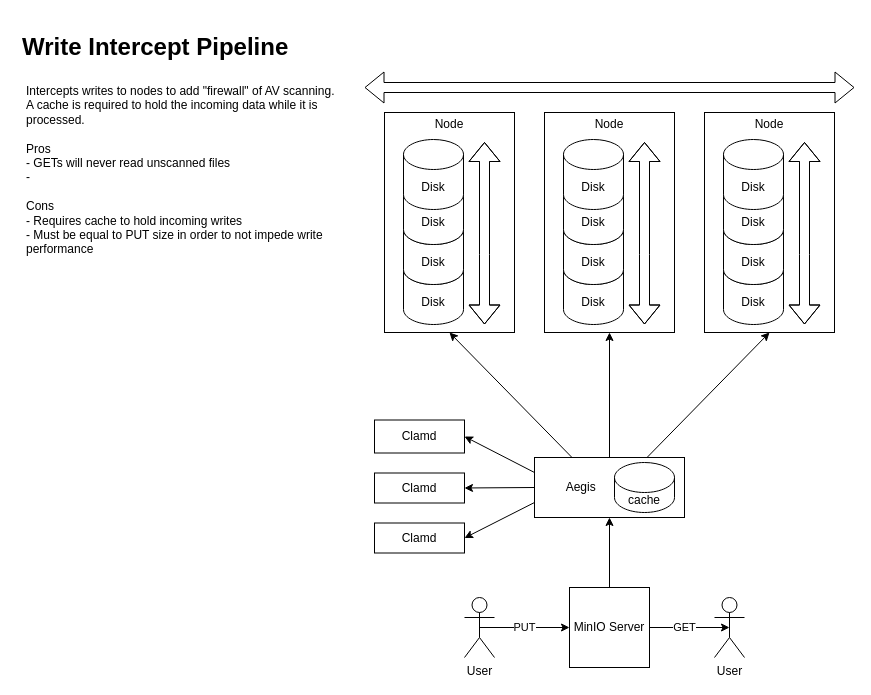
Before: page "3. Write Intercept" (3 of 7) of diagrams/architecture.drawio in battagel/report-aegis, a draw.io diagram. Source tidied: cells renumbered, new cells numbered last; positions are measured from the earlier drawing's top-left corner, leaving out a move shared by most shapes. Both pictures are drawn from the tidied source at 100%, with x=0, y=0 at pixel (17, 27).
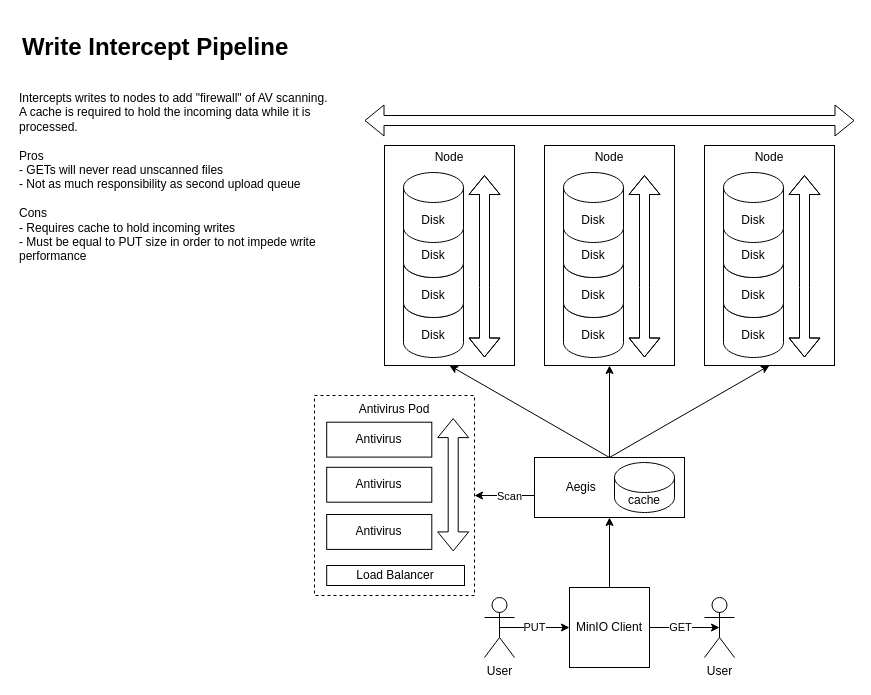
The same diagram, later.

Unchanged cells that the change refers to:
```xml
<mxCell id="3" style="rounded=0;whiteSpace=wrap;html=1;" parent="2" vertex="1">
  <mxGeometry y="3" width="130" height="220" as="geometry" />
</mxCell>
<mxCell id="19" style="rounded=0;whiteSpace=wrap;html=1;" parent="18" vertex="1">
  <mxGeometry y="3" width="130" height="220" as="geometry" />
</mxCell>
<mxCell id="37" value="Aegis&amp;nbsp; &amp;nbsp; &amp;nbsp; &amp;nbsp; &amp;nbsp; &amp;nbsp; &amp;nbsp; &amp;nbsp; &amp;nbsp;" style="rounded=0;whiteSpace=wrap;html=1;" parent="1" vertex="1">
  <mxGeometry x="517" y="430" width="150" height="60" as="geometry" />
</mxCell>
```

The edit, as a diff of the source:
```diff
@@
     <mxCell id="2" style="group;" parent="1" vertex="1">
-      <mxGeometry x="367" y="82" width="130" height="223" as="geometry" />
+      <mxGeometry x="367" y="115" width="130" height="223" as="geometry" />
     </mxCell>
@@
     <mxCell id="10" style="group;" parent="1" vertex="1">
-      <mxGeometry x="527" y="82" width="130" height="223" as="geometry" />
+      <mxGeometry x="527" y="115" width="130" height="223" as="geometry" />
     </mxCell>
@@
     <mxCell id="18" style="group;" parent="1" vertex="1">
-      <mxGeometry x="687" y="82" width="130" height="223" as="geometry" />
+      <mxGeometry x="687" y="115" width="130" height="223" as="geometry" />
     </mxCell>
@@
     <mxCell id="26" style="shape=flexArrow;endArrow=classic;startArrow=classic;html=1;" parent="1" edge="1">
       <mxGeometry relative="1" as="geometry">
-        <mxPoint x="347" y="60" as="sourcePoint" />
-        <mxPoint x="837" y="60" as="targetPoint" />
+        <mxPoint x="347" y="93" as="sourcePoint" />
+        <mxPoint x="837" y="93" as="targetPoint" />
       </mxGeometry>
     </mxCell>
@@
-    <mxCell id="30" value="MinIO Server" style="rounded=0;whiteSpace=wrap;html=1;" parent="1" vertex="1">
+    <mxCell id="30" value="MinIO Client" style="rounded=0;whiteSpace=wrap;html=1;" parent="1" vertex="1">
       <mxGeometry x="552" y="560" width="80" height="80" as="geometry" />
     </mxCell>
-    <mxCell id="31" style="edgeStyle=none;html=1;exitX=0.25;exitY=0;exitDx=0;exitDy=0;entryX=0.5;entryY=1;entryDx=0;entryDy=0;" parent="1" edge="1" source="37" target="3">
+    <mxCell id="31" style="edgeStyle=none;html=1;exitX=0.5;exitY=0;exitDx=0;exitDy=0;entryX=0.5;entryY=1;entryDx=0;entryDy=0;" parent="1" edge="1" source="37" target="3">
       <mxGeometry relative="1" as="geometry" />
     </mxCell>
@@
-    <mxCell id="33" style="edgeStyle=none;html=1;exitX=0.75;exitY=0;exitDx=0;exitDy=0;entryX=0.5;entryY=1;entryDx=0;entryDy=0;" parent="1" edge="1" source="37" target="19">
+    <mxCell id="33" style="edgeStyle=none;html=1;exitX=0.5;exitY=0;exitDx=0;exitDy=0;entryX=0.5;entryY=1;entryDx=0;entryDy=0;" parent="1" edge="1" source="37" target="19">
       <mxGeometry relative="1" as="geometry" />
     </mxCell>
-    <mxCell id="34" style="edgeStyle=none;html=1;exitX=0;exitY=0.25;exitDx=0;exitDy=0;entryX=1;entryY=0.5;entryDx=0;entryDy=0;" parent="1" edge="1" source="37" target="42">
-      <mxGeometry relative="1" as="geometry" />
-    </mxCell>
-    <mxCell id="35" style="edgeStyle=none;html=1;exitX=0;exitY=0.5;exitDx=0;exitDy=0;entryX=1;entryY=0.5;entryDx=0;entryDy=0;" parent="1" edge="1" source="37" target="43">
-      <mxGeometry relative="1" as="geometry" />
-    </mxCell>
-    <mxCell id="36" style="edgeStyle=none;html=1;exitX=0;exitY=0.75;exitDx=0;exitDy=0;entryX=1;entryY=0.5;entryDx=0;entryDy=0;" parent="1" edge="1" source="37" target="44">
-      <mxGeometry relative="1" as="geometry" />
-    </mxCell>
+    <mxCell id="46" style="edgeStyle=none;html=1;exitX=0;exitY=0.5;exitDx=0;exitDy=0;entryX=1;entryY=0.5;entryDx=0;entryDy=0;" parent="1" edge="1" target="49">
+      <mxGeometry relative="1" as="geometry">
+        <mxPoint x="517" y="468" as="sourcePoint" />
+      </mxGeometry>
+    </mxCell>
+    <mxCell id="47" value="Scan" style="edgeLabel;html=1;align=center;verticalAlign=middle;" parent="46" vertex="1">
+      <mxGeometry x="-0.13" relative="1" as="geometry" />
+    </mxCell>
@@
     <mxCell id="38" value="User&lt;br&gt;" style="shape=umlActor;verticalLabelPosition=bottom;verticalAlign=top;html=1;outlineConnect=0;" parent="1" vertex="1">
-      <mxGeometry x="697" y="570" width="30" height="60" as="geometry" />
+      <mxGeometry x="687" y="570" width="30" height="60" as="geometry" />
     </mxCell>
@@
     <mxCell id="40" value="User&lt;br&gt;" style="shape=umlActor;verticalLabelPosition=bottom;verticalAlign=top;html=1;outlineConnect=0;" parent="1" vertex="1">
-      <mxGeometry x="447" y="570" width="30" height="60" as="geometry" />
+      <mxGeometry x="467" y="570" width="30" height="60" as="geometry" />
     </mxCell>
@@
-    <mxCell id="42" value="Clamd" style="rounded=0;whiteSpace=wrap;html=1;" parent="1" vertex="1">
-      <mxGeometry x="357" y="392.5" width="90" height="33" as="geometry" />
-    </mxCell>
-    <mxCell id="43" value="Clamd" style="rounded=0;whiteSpace=wrap;html=1;" parent="1" vertex="1">
-      <mxGeometry x="357" y="445.5" width="90" height="30" as="geometry" />
-    </mxCell>
-    <mxCell id="44" value="Clamd" style="rounded=0;whiteSpace=wrap;html=1;" parent="1" vertex="1">
-      <mxGeometry x="357" y="495.5" width="90" height="30" as="geometry" />
-    </mxCell>
-    <mxCell id="45" value="Intercepts writes to nodes to add &quot;firewall&quot; of AV scanning. A cache is required to hold the incoming data while it is processed.&amp;nbsp;&lt;br&gt;&lt;br&gt;Pros&lt;br&gt;- GETs will never read unscanned files&lt;br&gt;-&amp;nbsp;&lt;br&gt;&lt;br&gt;Cons&lt;br&gt;- Requires cache to hold incoming writes&lt;br&gt;- Must be equal to PUT size in order to not impede write performance&lt;br&gt;" style="text;html=1;strokeColor=none;fillColor=none;align=left;verticalAlign=top;whiteSpace=wrap;rounded=0;" parent="1" vertex="1">
-      <mxGeometry x="7" y="50" width="320" height="369" as="geometry" />
+    <mxCell id="45" value="Intercepts writes to nodes to add &quot;firewall&quot; of AV scanning. A cache is required to hold the incoming data while it is processed.&amp;nbsp;&lt;br&gt;&lt;br&gt;Pros&lt;br&gt;- GETs will never read unscanned files&lt;br&gt;- Not as much responsibility as second upload queue&lt;br&gt;&lt;br&gt;Cons&lt;br&gt;- Requires cache to hold incoming writes&lt;br&gt;- Must be equal to PUT size in order to not impede write performance" style="text;html=1;strokeColor=none;fillColor=none;align=left;verticalAlign=top;whiteSpace=wrap;rounded=0;" parent="1" vertex="1">
+      <mxGeometry y="56.5" width="320" height="223.5" as="geometry" />
     </mxCell>
+    <mxCell id="48" style="group;" parent="1" vertex="1">
+      <mxGeometry x="297" y="368" width="160" height="200" as="geometry" />
+    </mxCell>
+    <mxCell id="49" value="Antivirus Pod" style="rounded=0;whiteSpace=wrap;html=1;dashed=1;verticalAlign=top;" parent="48" vertex="1">
+      <mxGeometry width="160" height="200" as="geometry" />
+    </mxCell>
+    <mxCell id="50" style="shape=flexArrow;endArrow=classic;startArrow=classic;html=1;" parent="48" edge="1">
+      <mxGeometry relative="1" as="geometry">
+        <mxPoint x="138.7" y="155.9" as="sourcePoint" />
+        <mxPoint x="138.7" y="22.6" as="targetPoint" />
+      </mxGeometry>
+    </mxCell>
+    <mxCell id="51" value="Antivirus" style="rounded=0;whiteSpace=wrap;html=1;" parent="48" vertex="1">
+      <mxGeometry x="12.2" y="26.7" width="105.1" height="34.9" as="geometry" />
+    </mxCell>
+    <mxCell id="52" value="Antivirus" style="rounded=0;whiteSpace=wrap;html=1;" parent="48" vertex="1">
+      <mxGeometry x="12.2" y="119" width="105.1" height="34.9" as="geometry" />
+    </mxCell>
+    <mxCell id="53" value="Antivirus" style="rounded=0;whiteSpace=wrap;html=1;" parent="48" vertex="1">
+      <mxGeometry x="12.2" y="71.8" width="105.1" height="34.9" as="geometry" />
+    </mxCell>
+    <mxCell id="54" value="Load Balancer" style="whiteSpace=wrap;html=1;" parent="48" vertex="1">
+      <mxGeometry x="12.2" y="170" width="137.8" height="20" as="geometry" />
+    </mxCell>
```
